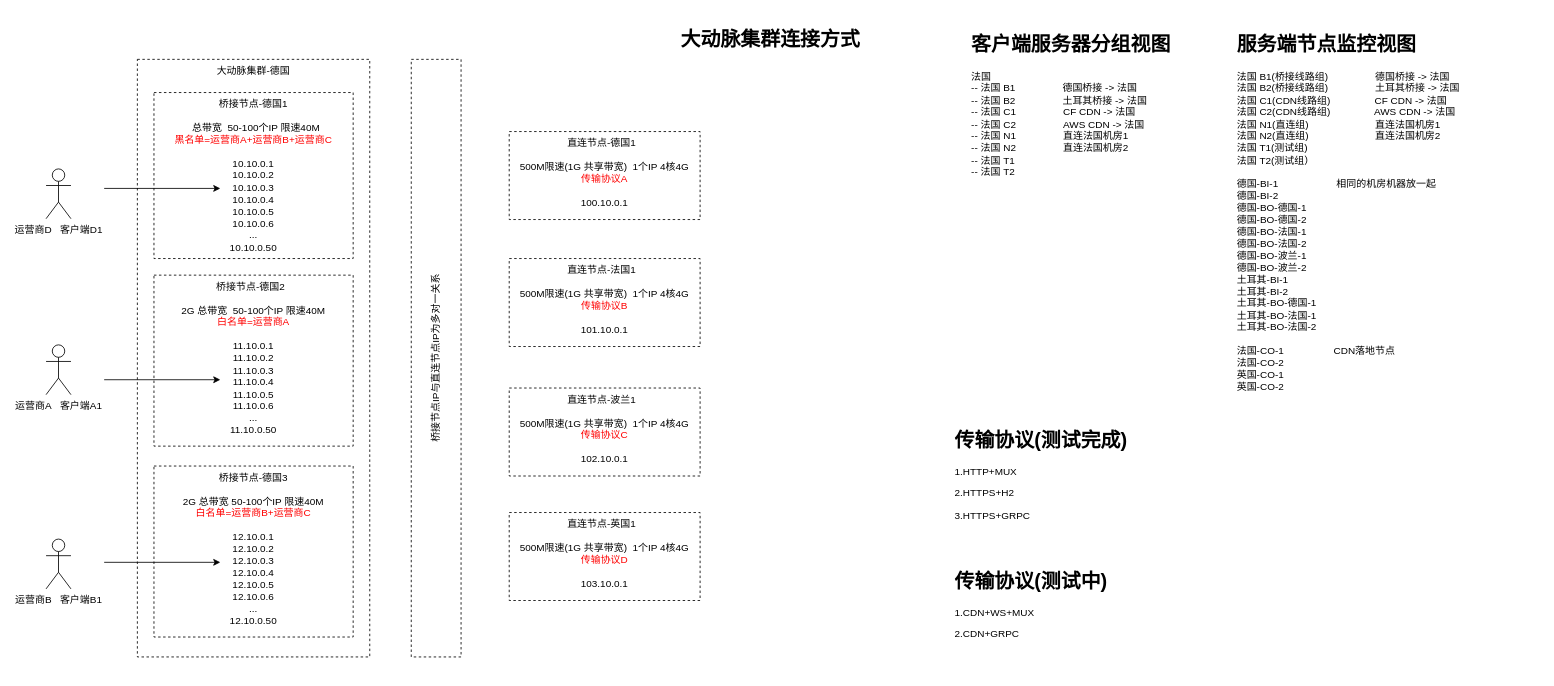
Above: JUMPJUMP规划.drawio in stardicky/drawio (draw.io), before the change. Source tidied: cells renumbered, new cells numbered last; positions are measured from the earlier drawing's top-left corner, leaving out a move shared by most shapes. Both pictures are drawn from the tidied source at 83%, with x=0, y=0 at pixel (46, 22).
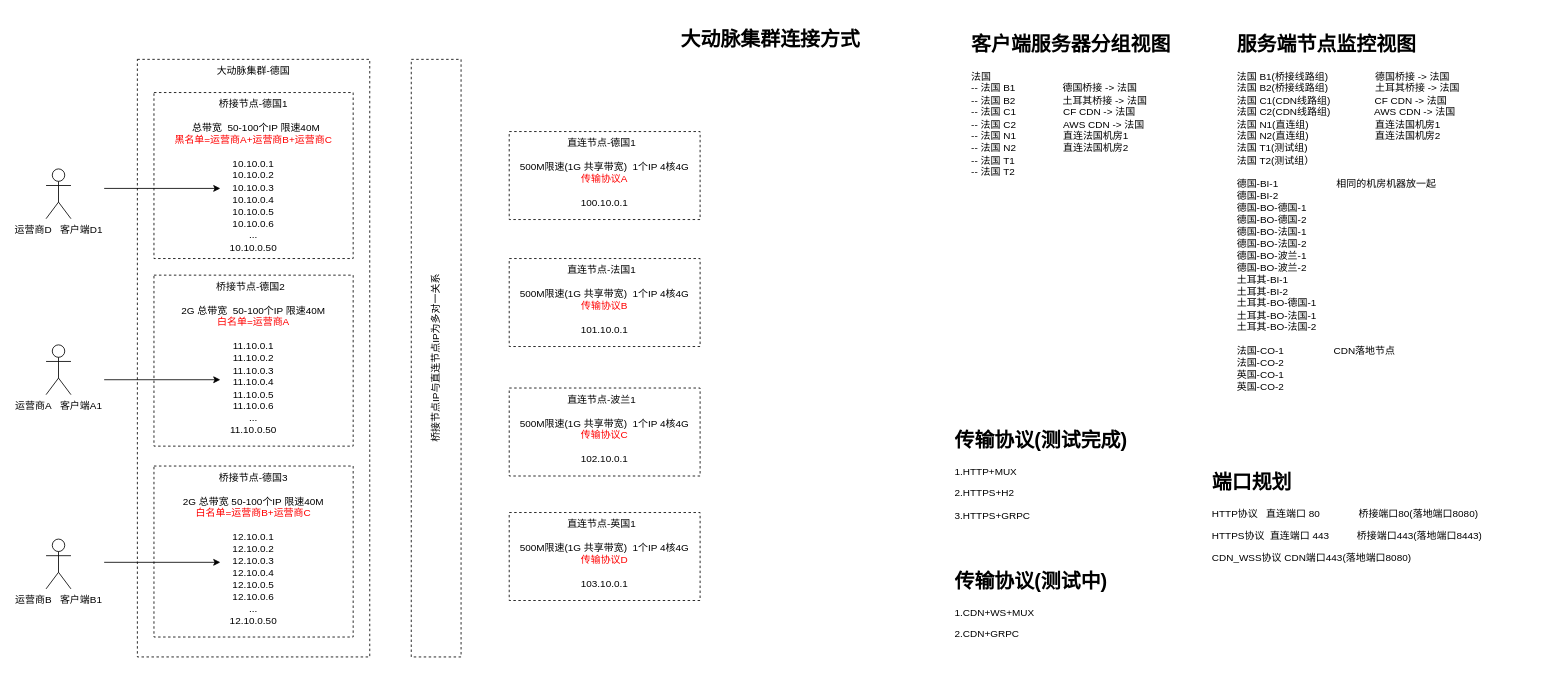
The same page after the edit.

Change to the diagram source:
```diff
@@
+    <mxCell id="22" value="&lt;h1&gt;端口规划&lt;/h1&gt;&lt;p&gt;HTTP协议&amp;nbsp; &amp;nbsp;直连端口 80&amp;nbsp; &amp;nbsp; &amp;nbsp; &amp;nbsp; &amp;nbsp; &amp;nbsp; &amp;nbsp; 桥接端口80(落地端口8080)&lt;/p&gt;&lt;p&gt;HTTPS协议&amp;nbsp; 直连端口 443&amp;nbsp; &amp;nbsp; &amp;nbsp; &amp;nbsp; &amp;nbsp; 桥接端口443(落地端口8443)&lt;/p&gt;&lt;p&gt;CDN_WSS协议 CDN端口443(落地端口8080)&lt;/p&gt;" style="text;html=1;strokeColor=none;fillColor=none;spacing=5;spacingTop=-20;whiteSpace=wrap;overflow=hidden;rounded=0;" parent="1" vertex="1">
+      <mxGeometry x="1400" y="534" width="380" height="130" as="geometry" />
+    </mxCell>
```
